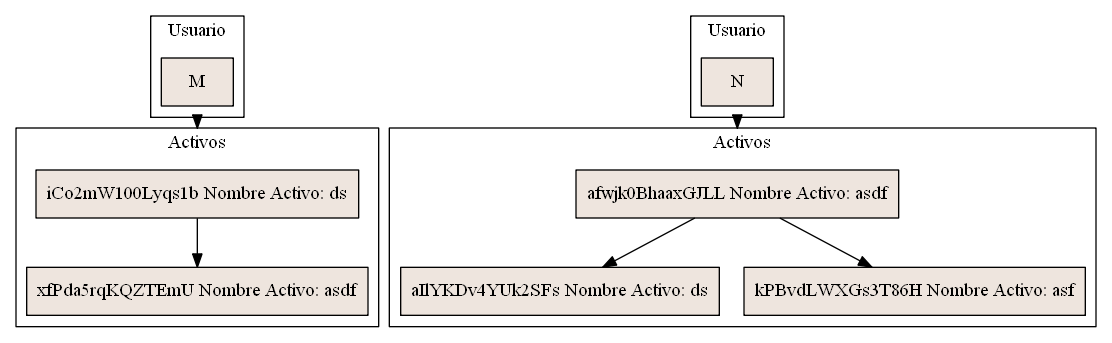
Earlier version of the Graphviz export GraficaEmpresa.png (MEFM/SistemaDeRentas). Its source is kept beside it as GraficaEmpresa.dot.
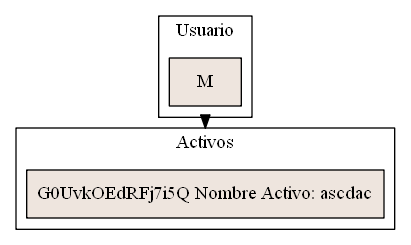
Above is the later version.

Diff of the diagram source:
```diff
@@ -6,29 +6,9 @@
                                   Titulo0                                  [label="M"]
                                   }
                                   subgraph cluster1                                  {
-                                  label ="Activos"                                                                    								DiCo2mW100Lyqs1b[label = "iCo2mW100Lyqs1b Nombre Activo: ds"]
-								DxfPda5rqKQZTEmU[label = "xfPda5rqKQZTEmU Nombre Activo: asdf"]
-								DxfPda5rqKQZTEmU[label = "iCo2mW100Lyqs1b Nombre Activo: ds"]
-								DiCo2mW100Lyqs1b-> DxfPda5rqKQZTEmU
-								DxfPda5rqKQZTEmU[label = "xfPda5rqKQZTEmU Nombre Activo: asdf"]
+                                  label ="Activos"                                                                    								DG0UvkOEdRFj7i5Q[label = "G0UvkOEdRFj7i5Q Nombre Activo: ascdac"]
                                   }
 
-                                  Titulo0                                  -> DiCo2mW100Lyqs1b[ltail=cluster0 lhead=cluster1]
-                                  ;
-                                  subgraph cluster2                                  {
-                                  label = "Usuario";
-                                  Titulo2                                  [label="N"]
-                                  }
-                                  subgraph cluster3                                  {
-                                  label ="Activos"                                                                    								Dafwjk0BhaaxGJLL[label = "afwjk0BhaaxGJLL Nombre Activo: asdf"]
-								DaIlYKDv4YUk2SFs[label = "afwjk0BhaaxGJLL Nombre Activo: asdf"]
-								Dafwjk0BhaaxGJLL-> DaIlYKDv4YUk2SFs
-								DkPBvdLWXGs3T86H[label = "afwjk0BhaaxGJLL Nombre Activo: asdf"]
-								Dafwjk0BhaaxGJLL-> DkPBvdLWXGs3T86H
-								DaIlYKDv4YUk2SFs[label = "aIlYKDv4YUk2SFs Nombre Activo: ds"]
-								DkPBvdLWXGs3T86H[label = "kPBvdLWXGs3T86H Nombre Activo: asf"]
-                                  }
-
-                                  Titulo2                                  -> Dafwjk0BhaaxGJLL[ltail=cluster2 lhead=cluster3]
+                                  Titulo0                                  -> DG0UvkOEdRFj7i5Q[ltail=cluster0 lhead=cluster1]
                                   ;
 }
```
